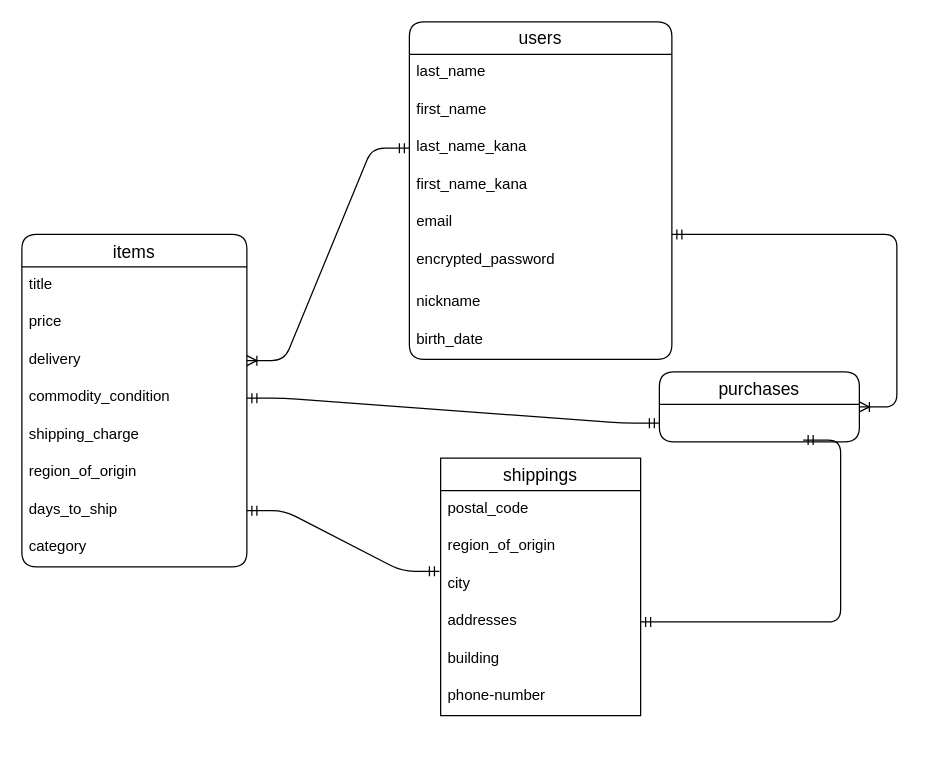
Above: furima.dio in suzukazu696969/furima-38767 (draw.io), before the change. Source tidied: cells renumbered, new cells numbered last; positions are measured from the earlier drawing's top-left corner, leaving out a move shared by most shapes. Both pictures are drawn from the tidied source at 125%, with x=0, y=0 at pixel (21, 21).
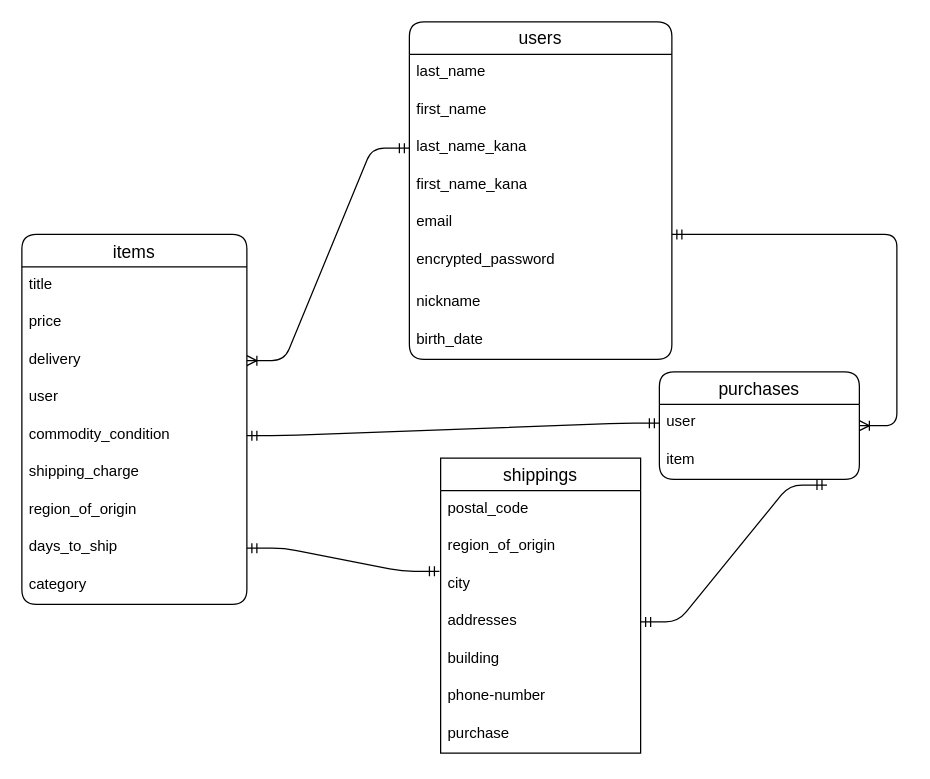
The same page after the edit.

The change refers to these unchanged cells:
```xml
<mxCell id="17" value="addresses" style="text;strokeColor=none;fillColor=none;spacingLeft=4;spacingRight=4;overflow=hidden;points=[[0,0.5],[1,0.5]];portConstraint=eastwest;fontSize=12;" parent="13" vertex="1">
  <mxGeometry y="116" width="160" height="30" as="geometry" />
</mxCell>
```

Change to the diagram source:
```diff
@@
     <mxCell id="12" value="purchases" style="swimlane;fontStyle=0;horizontal=1;startSize=26;align=center;fontSize=14;rounded=1;fillColor=none;gradientColor=#ffffff;" parent="1" vertex="1">
-      <mxGeometry x="510" y="280" width="160" height="56" as="geometry" />
+      <mxGeometry x="510" y="280" width="160" height="86" as="geometry" />
     </mxCell>
+    <mxCell id="34" value="user" style="text;strokeColor=none;fillColor=none;spacingLeft=4;spacingRight=4;overflow=hidden;fontSize=12;" parent="12" vertex="1">
+      <mxGeometry y="26" width="160" height="30" as="geometry" />
+    </mxCell>
+    <mxCell id="35" value="item" style="text;strokeColor=none;fillColor=none;spacingLeft=4;spacingRight=4;overflow=hidden;points=[[0,0.5],[1,0.5]];portConstraint=eastwest;fontSize=12;" parent="12" vertex="1">
+      <mxGeometry y="56" width="160" height="30" as="geometry" />
+    </mxCell>
     <mxCell id="13" value="shippings" style="swimlane;fontStyle=0;horizontal=1;startSize=26;align=center;fontSize=14;" parent="1" vertex="1">
-      <mxGeometry x="335" y="349" width="160" height="206" as="geometry" />
+      <mxGeometry x="335" y="349" width="160" height="236" as="geometry" />
     </mxCell>
@@
+    <mxCell id="36" value="purchase " style="text;strokeColor=none;fillColor=none;spacingLeft=4;spacingRight=4;overflow=hidden;fontSize=12;" parent="13" vertex="1">
+      <mxGeometry y="206" width="160" height="30" as="geometry" />
+    </mxCell>
     <mxCell id="20" value="items" style="swimlane;fontStyle=0;horizontal=1;startSize=26;align=center;fontSize=14;rounded=1;fillColor=none;gradientColor=#ffffff;" parent="1" vertex="1">
-      <mxGeometry y="170" width="180" height="266" as="geometry" />
+      <mxGeometry y="170" width="180" height="296" as="geometry" />
     </mxCell>
@@
+    <mxCell id="37" value="user" style="text;strokeColor=none;fillColor=none;spacingLeft=4;spacingRight=4;overflow=hidden;fontSize=12;" parent="20" vertex="1">
+      <mxGeometry y="116" width="180" height="30" as="geometry" />
+    </mxCell>
     <mxCell id="24" value="commodity_condition" style="text;strokeColor=none;fillColor=none;spacingLeft=4;spacingRight=4;overflow=hidden;points=[[0,0.5],[1,0.5]];portConstraint=eastwest;fontSize=12;" parent="20" vertex="1">
-      <mxGeometry y="116" width="180" height="30" as="geometry" />
+      <mxGeometry y="146" width="180" height="30" as="geometry" />
     </mxCell>
     <mxCell id="25" value="shipping_charge" style="text;strokeColor=none;fillColor=none;spacingLeft=4;spacingRight=4;overflow=hidden;fontSize=12;" parent="20" vertex="1">
-      <mxGeometry y="146" width="180" height="30" as="geometry" />
+      <mxGeometry y="176" width="180" height="30" as="geometry" />
     </mxCell>
     <mxCell id="26" value="region_of_origin" style="text;strokeColor=none;fillColor=none;spacingLeft=4;spacingRight=4;overflow=hidden;fontSize=12;" parent="20" vertex="1">
-      <mxGeometry y="176" width="180" height="30" as="geometry" />
+      <mxGeometry y="206" width="180" height="30" as="geometry" />
     </mxCell>
     <mxCell id="27" value="days_to_ship" style="text;strokeColor=none;fillColor=none;spacingLeft=4;spacingRight=4;overflow=hidden;points=[[0,0.5],[1,0.5]];portConstraint=eastwest;fontSize=12;" parent="20" vertex="1">
-      <mxGeometry y="206" width="180" height="30" as="geometry" />
+      <mxGeometry y="236" width="180" height="30" as="geometry" />
     </mxCell>
     <mxCell id="28" value="category" style="text;strokeColor=none;fillColor=none;spacingLeft=4;spacingRight=4;overflow=hidden;fontSize=12;" parent="20" vertex="1">
-      <mxGeometry y="236" width="180" height="30" as="geometry" />
+      <mxGeometry y="266" width="180" height="30" as="geometry" />
     </mxCell>
@@
-    <mxCell id="33" style="edgeStyle=entityRelationEdgeStyle;fontSize=12;html=1;endArrow=ERmandOne;startArrow=ERmandOne;entryX=1;entryY=0.5;entryDx=0;entryDy=0;exitX=0.719;exitY=0.95;exitDx=0;exitDy=0;exitPerimeter=0;" parent="1" edge="1" target="17">
-      <mxGeometry relative="1" as="geometry">
-        <mxPoint x="625" y="334.5" as="sourcePoint" />
-      </mxGeometry>
+    <mxCell id="33" style="edgeStyle=entityRelationEdgeStyle;fontSize=12;html=1;endArrow=ERmandOne;startArrow=ERmandOne;entryX=1;entryY=0.5;entryDx=0;entryDy=0;exitX=0.838;exitY=1.15;exitDx=0;exitDy=0;exitPerimeter=0;" parent="1" edge="1" source="35" target="17">
+      <mxGeometry relative="1" as="geometry" />
     </mxCell>
```
